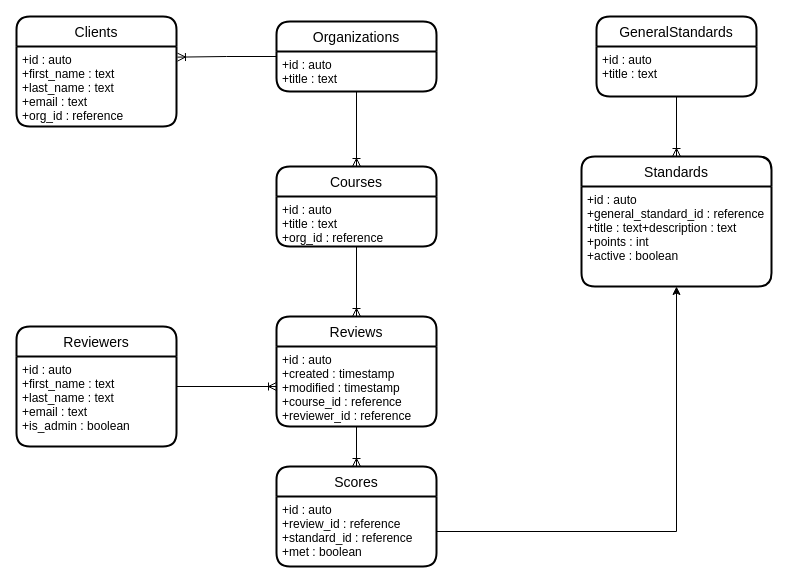
Project37DigitalDatabaseCreation/Project37 keeps this draw.io diagram as Documentation/Project37_ER_Diagram.drawio. Above is the earlier version. Source tidied: cells renumbered, new cells numbered last; positions are measured from the earlier drawing's top-left corner, leaving out a move shared by most shapes. Both pictures are drawn from the tidied source at 100%, with x=0, y=0 at pixel (16, 16).
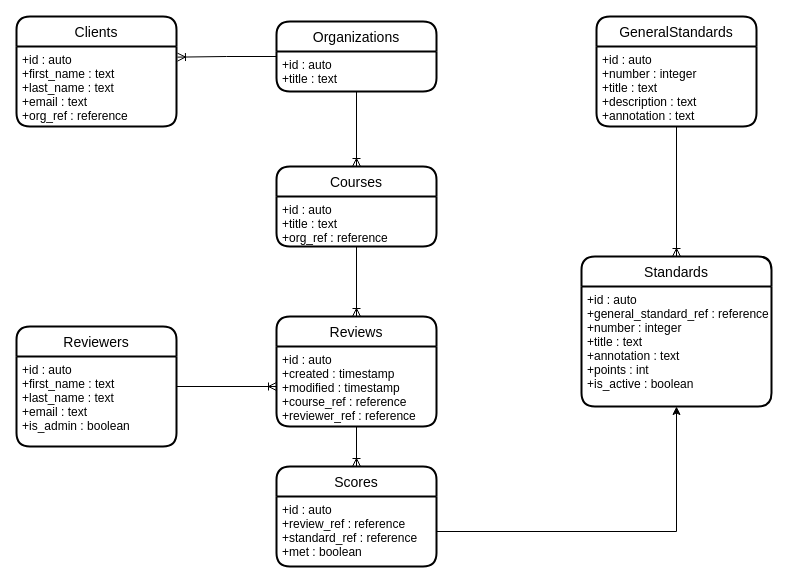
Above is the later version.

Commit message (it also covers changes not shown here):
TASK 30: Makes some minor corrections to document collection fields.

Unchanged cells that the change refers to:
```xml
<mxCell id="8" value="Courses" style="swimlane;horizontal=1;startSize=30;rounded=1;fontSize=14;fontStyle=0;strokeWidth=2;shadow=0;dashed=0;align=center;" parent="1" vertex="1">
  <mxGeometry x="260" y="150" width="160" height="80" as="geometry" />
</mxCell>
<mxCell id="10" value="Scores" style="swimlane;horizontal=1;startSize=30;rounded=1;fontSize=14;fontStyle=0;strokeWidth=2;shadow=0;dashed=0;align=center;" parent="1" vertex="1">
  <mxGeometry x="260" y="450" width="160" height="100" as="geometry" />
</mxCell>
<mxCell id="17" value="Clients" style="swimlane;horizontal=1;startSize=30;rounded=1;fontSize=14;fontStyle=0;strokeWidth=2;shadow=0;dashed=0;align=center;" parent="1" vertex="1">
  <mxGeometry width="160" height="110" as="geometry" />
</mxCell>
<mxCell id="23" value="Reviews" style="swimlane;horizontal=1;startSize=30;rounded=1;fontSize=14;fontStyle=0;strokeWidth=2;shadow=0;dashed=0;align=center;" parent="1" vertex="1">
  <mxGeometry x="260" y="300" width="160" height="110" as="geometry" />
</mxCell>
```

Change to the diagram source:
```diff
@@
-    <mxCell id="9" value="+id : auto&#10;+title : text&#10;+org_id : reference&#10;&#10;" style="align=left;strokeColor=none;fillColor=none;spacingLeft=4;fontSize=12;verticalAlign=top;" parent="8" vertex="1">
+    <mxCell id="9" value="+id : auto&#10;+title : text&#10;+org_ref : reference&#10;&#10;" style="align=left;strokeColor=none;fillColor=none;spacingLeft=4;fontSize=12;verticalAlign=top;" parent="8" vertex="1">
       <mxGeometry y="30" width="160" height="50" as="geometry" />
     </mxCell>
@@
-    <mxCell id="11" value="+id : auto&#10;+review_id : reference&#10;+standard_id : reference&#10;+met : boolean&#10;&#10;" style="align=left;strokeColor=none;fillColor=none;spacingLeft=4;fontSize=12;verticalAlign=top;" parent="10" vertex="1">
+    <mxCell id="11" value="+id : auto&#10;+review_ref : reference&#10;+standard_ref : reference&#10;+met : boolean&#10;&#10;" style="align=left;strokeColor=none;fillColor=none;spacingLeft=4;fontSize=12;verticalAlign=top;" parent="10" vertex="1">
       <mxGeometry y="30" width="160" height="70" as="geometry" />
     </mxCell>
     <mxCell id="12" value="GeneralStandards" style="swimlane;horizontal=1;startSize=30;rounded=1;fontSize=14;fontStyle=0;strokeWidth=2;shadow=0;dashed=0;align=center;" parent="1" vertex="1">
-      <mxGeometry x="580" width="160" height="80" as="geometry" />
+      <mxGeometry x="580" width="160" height="110" as="geometry" />
     </mxCell>
-    <mxCell id="13" value="+id : auto&#10;+title : text" style="align=left;strokeColor=none;fillColor=none;spacingLeft=4;fontSize=12;verticalAlign=top;" parent="12" vertex="1">
-      <mxGeometry y="30" width="160" height="50" as="geometry" />
+    <mxCell id="13" value="+id : auto&#10;+number : integer&#10;+title : text&#10;+description : text&#10;+annotation : text&#10;" style="align=left;strokeColor=none;fillColor=none;spacingLeft=4;fontSize=12;verticalAlign=top;" parent="12" vertex="1">
+      <mxGeometry y="30" width="160" height="80" as="geometry" />
     </mxCell>
@@
-    <mxCell id="18" value="+id : auto&#10;+first_name : text&#10;+last_name : text&#10;+email : text&#10;+org_id : reference&#10;" style="align=left;strokeColor=none;fillColor=none;spacingLeft=4;fontSize=12;verticalAlign=top;" parent="17" vertex="1">
+    <mxCell id="18" value="+id : auto&#10;+first_name : text&#10;+last_name : text&#10;+email : text&#10;+org_ref : reference&#10;" style="align=left;strokeColor=none;fillColor=none;spacingLeft=4;fontSize=12;verticalAlign=top;" parent="17" vertex="1">
       <mxGeometry y="30" width="160" height="80" as="geometry" />
     </mxCell>
-    <mxCell id="19" value="Standards" style="swimlane;horizontal=1;startSize=30;rounded=1;fontSize=14;fontStyle=0;strokeWidth=2;shadow=0;dashed=0;align=center;" parent="1" vertex="1">
-      <mxGeometry x="565" y="140" width="190" height="130" as="geometry" />
-    </mxCell>
-    <mxCell id="20" value="+id : auto&#10;+general_standard_id : reference&#10;+title : text+description : text&#10;+points : int&#10;+active : boolean&#10;&#10;" style="align=left;strokeColor=none;fillColor=none;spacingLeft=4;fontSize=12;verticalAlign=top;" parent="19" vertex="1">
-      <mxGeometry y="30" width="190" height="100" as="geometry" />
-    </mxCell>
@@
-    <mxCell id="24" value="+id : auto&#10;+created : timestamp&#10;+modified : timestamp&#10;+course_id : reference&#10;+reviewer_id : reference&#10;" style="align=left;strokeColor=none;fillColor=none;spacingLeft=4;fontSize=12;verticalAlign=top;" parent="23" vertex="1">
+    <mxCell id="24" value="+id : auto&#10;+created : timestamp&#10;+modified : timestamp&#10;+course_ref : reference&#10;+reviewer_ref : reference&#10;" style="align=left;strokeColor=none;fillColor=none;spacingLeft=4;fontSize=12;verticalAlign=top;" parent="23" vertex="1">
       <mxGeometry y="30" width="160" height="80" as="geometry" />
     </mxCell>
+    <mxCell id="19" value="Standards" style="swimlane;horizontal=1;startSize=30;rounded=1;fontSize=14;fontStyle=0;strokeWidth=2;shadow=0;dashed=0;align=center;" parent="1" vertex="1">
+      <mxGeometry x="565" y="240" width="190" height="150" as="geometry" />
+    </mxCell>
+    <mxCell id="20" value="+id : auto&#10;+general_standard_ref : reference&#10;+number : integer&#10;+title : text&#10;+annotation : text&#10;+points : int&#10;+is_active : boolean&#10;&#10;" style="align=left;strokeColor=none;fillColor=none;spacingLeft=4;fontSize=12;verticalAlign=top;" parent="19" vertex="1">
+      <mxGeometry y="30" width="190" height="120" as="geometry" />
+    </mxCell>
```
